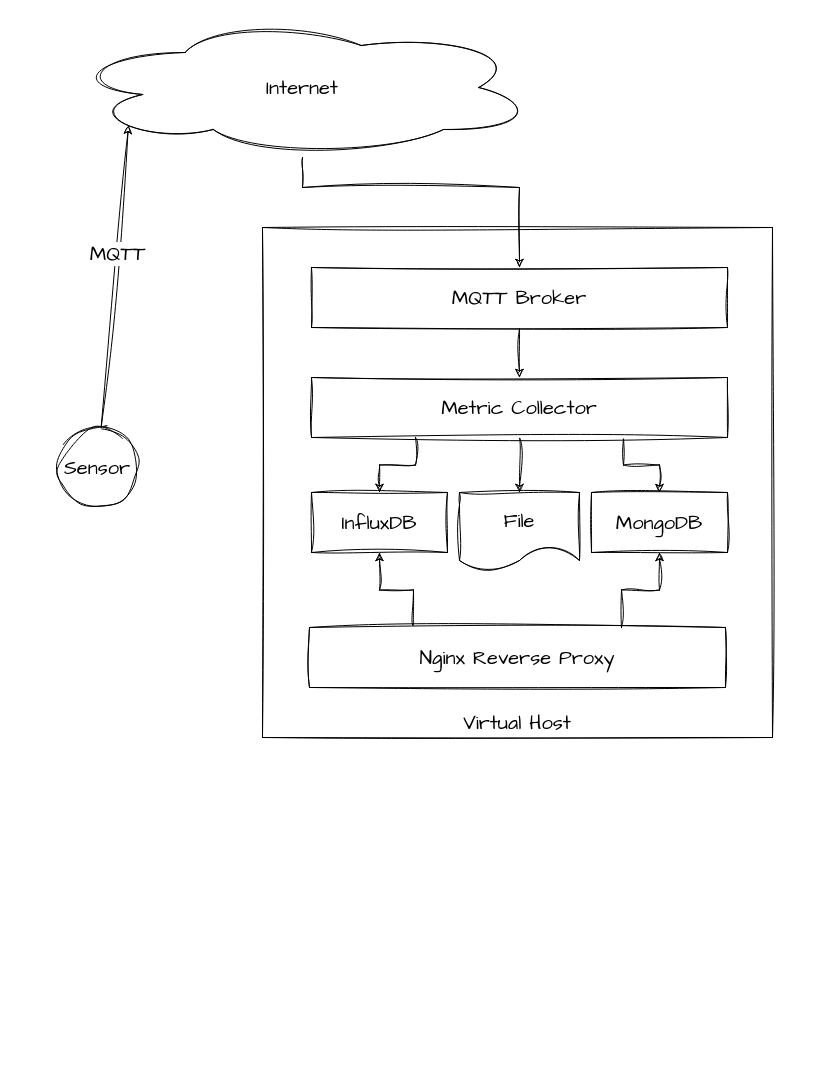
The draw.io diagram shelly-data.drawio in kkroesch/shelly-data, before the edit. Source tidied: cells renumbered, new cells numbered last; positions are measured from the earlier drawing's top-left corner, leaving out a move shared by most shapes. Both pictures are drawn from the tidied source at 100%, with x=0, y=0 at pixel (57, 17).
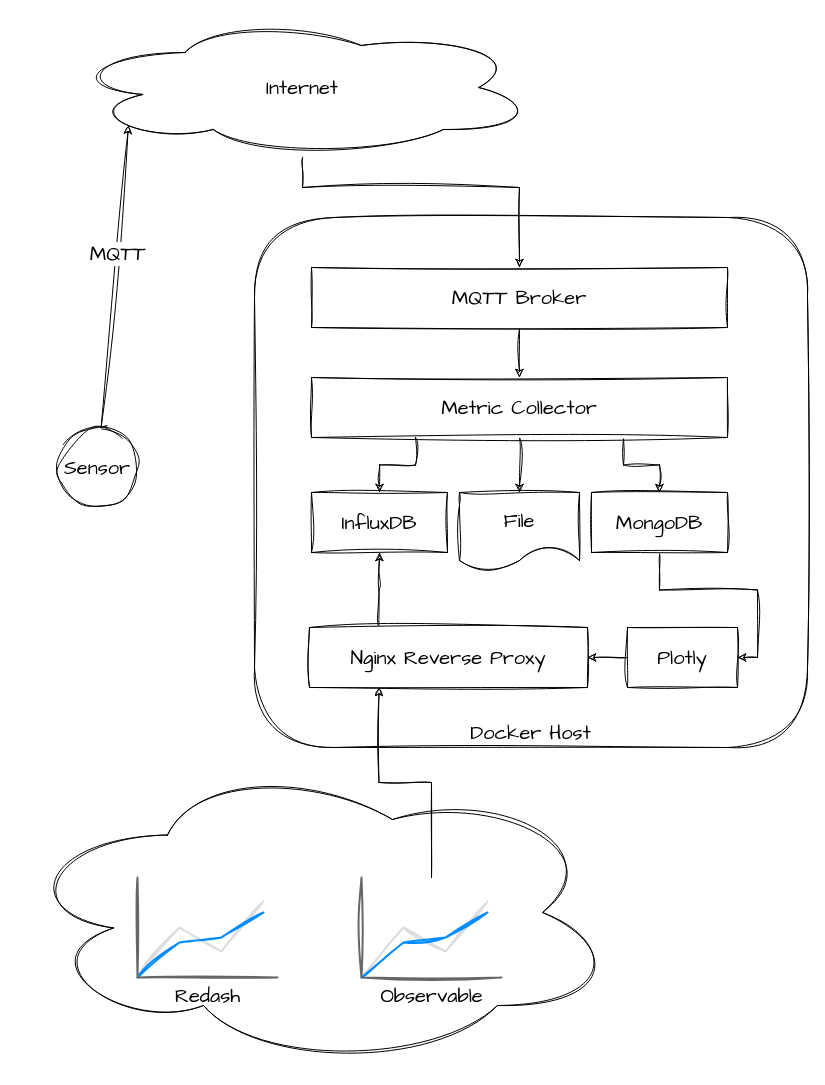
After the change.

Unchanged cells that the change refers to:
```xml
<mxCell id="14" value="MongoDB" style="rounded=0;whiteSpace=wrap;html=1;sketch=1;hachureGap=4;jiggle=2;curveFitting=1;fontFamily=Architects Daughter;fontSize=20;" parent="1" vertex="1">
  <mxGeometry x="534" y="475" width="136" height="60" as="geometry" />
</mxCell>
```

What changed in the source:
```diff
@@
+    <mxCell id="20" value="Docker Host" style="rounded=1;whiteSpace=wrap;html=1;sketch=1;hachureGap=4;jiggle=2;curveFitting=1;fontFamily=Architects Daughter;fontSize=20;verticalAlign=bottom;" parent="1" vertex="1">
+      <mxGeometry x="197" y="200" width="553" height="530" as="geometry" />
+    </mxCell>
@@
-    <mxCell id="6" value="Virtual Host" style="whiteSpace=wrap;html=1;sketch=1;hachureGap=4;jiggle=2;curveFitting=1;fontFamily=Architects Daughter;fontSize=20;verticalAlign=bottom;" parent="1" vertex="1">
-      <mxGeometry x="205" y="210" width="510" height="510" as="geometry" />
-    </mxCell>
@@
+    <mxCell id="21" style="edgeStyle=orthogonalEdgeStyle;rounded=0;sketch=1;hachureGap=4;jiggle=2;curveFitting=1;jettySize=auto;html=1;entryX=1;entryY=0.5;entryDx=0;entryDy=0;fontFamily=Architects Daughter;fontSize=16;" parent="1" edge="1" source="14" target="27">
+      <mxGeometry relative="1" as="geometry" />
+    </mxCell>
@@
-    <mxCell id="17" style="edgeStyle=orthogonalEdgeStyle;rounded=0;sketch=1;hachureGap=4;jiggle=2;curveFitting=1;jettySize=auto;html=1;entryX=0.5;entryY=1;entryDx=0;entryDy=0;fontFamily=Architects Daughter;fontSize=16;exitX=0.75;exitY=0;exitDx=0;exitDy=0;" parent="1" edge="1" source="18" target="14">
-      <mxGeometry relative="1" as="geometry" />
-    </mxCell>
     <mxCell id="18" value="Nginx Reverse Proxy" style="rounded=0;whiteSpace=wrap;html=1;sketch=1;hachureGap=4;jiggle=2;curveFitting=1;fontFamily=Architects Daughter;fontSize=20;" parent="1" vertex="1">
-      <mxGeometry x="252" y="610" width="416" height="60" as="geometry" />
+      <mxGeometry x="252" y="610" width="278" height="60" as="geometry" />
     </mxCell>
@@
+    <mxCell id="22" style="ellipse;shape=cloud;whiteSpace=wrap;html=1;sketch=1;hachureGap=4;jiggle=2;curveFitting=1;fontFamily=Architects Daughter;fontSize=20;" parent="1" vertex="1">
+      <mxGeometry x="-40" y="740" width="600" height="310" as="geometry" />
+    </mxCell>
+    <mxCell id="23" value="Redash" style="verticalLabelPosition=bottom;shadow=0;dashed=0;align=center;html=1;verticalAlign=top;strokeWidth=1;shape=mxgraph.mockup.graphics.lineChart;strokeColor=none;strokeColor2=#666666;strokeColor3=#008cff;strokeColor4=#dddddd;sketch=1;hachureGap=4;jiggle=2;curveFitting=1;fontFamily=Architects Daughter;fontSize=20;" parent="1" vertex="1">
+      <mxGeometry x="80" y="860" width="140" height="100" as="geometry" />
+    </mxCell>
+    <mxCell id="24" style="edgeStyle=orthogonalEdgeStyle;rounded=0;sketch=1;hachureGap=4;jiggle=2;curveFitting=1;jettySize=auto;html=1;entryX=0.25;entryY=1;entryDx=0;entryDy=0;fontFamily=Architects Daughter;fontSize=16;" parent="1" edge="1" source="25" target="18">
+      <mxGeometry relative="1" as="geometry" />
+    </mxCell>
+    <mxCell id="25" value="Observable" style="verticalLabelPosition=bottom;shadow=0;dashed=0;align=center;html=1;verticalAlign=top;strokeWidth=1;shape=mxgraph.mockup.graphics.lineChart;strokeColor=none;strokeColor2=#666666;strokeColor3=#008cff;strokeColor4=#dddddd;sketch=1;hachureGap=4;jiggle=2;curveFitting=1;fontFamily=Architects Daughter;fontSize=20;" parent="1" vertex="1">
+      <mxGeometry x="304" y="860" width="140" height="100" as="geometry" />
+    </mxCell>
+    <mxCell id="26" style="edgeStyle=orthogonalEdgeStyle;rounded=0;sketch=1;hachureGap=4;jiggle=2;curveFitting=1;jettySize=auto;html=1;entryX=1;entryY=0.5;entryDx=0;entryDy=0;fontFamily=Architects Daughter;fontSize=16;" parent="1" edge="1" source="27" target="18">
+      <mxGeometry relative="1" as="geometry" />
+    </mxCell>
+    <mxCell id="27" value="Plotly" style="rounded=0;whiteSpace=wrap;html=1;sketch=1;hachureGap=4;jiggle=2;curveFitting=1;fontFamily=Architects Daughter;fontSize=20;" parent="1" vertex="1">
+      <mxGeometry x="570" y="610" width="110" height="60" as="geometry" />
+    </mxCell>
```
